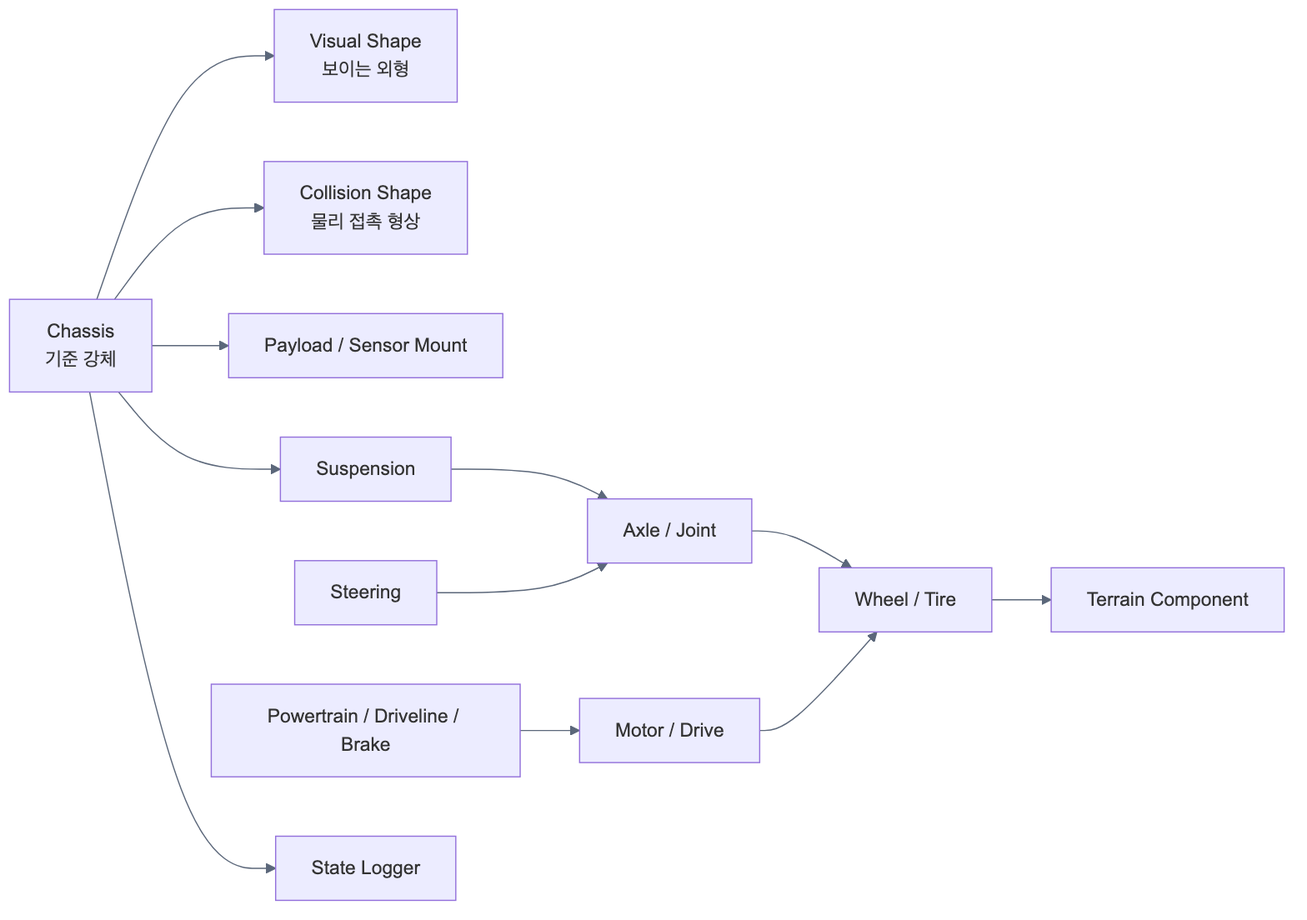
Above: 3-layer_report/2.2 Component/images/mermaid_rendered/2_2_mermaid_03.png in Poesy-Lab/Project_Chrono_Practice (Mermaid), before the change. Its source is kept beside it as 3-layer_report/2.2 Component/images/mermaid_rendered/2_2_mermaid_03.mmd. Its diagram source:
```mermaid
flowchart LR
    Chassis["Chassis<br/>기준 강체"] --> Visual["Visual Shape<br/>보이는 외형"]
    Chassis --> Collision["Collision Shape<br/>물리 접촉 형상"]
    Chassis --> Payload["Payload / Sensor Mount"]
    Chassis --> Suspension["Suspension"]
    Suspension --> Axle["Axle / Joint"]
    Axle --> Wheel["Wheel / Tire"]
    Motor["Motor / Drive"] --> Wheel
    Steering["Steering"] --> Axle
    Powertrain["Powertrain / Driveline / Brake"] --> Motor
    Wheel --> Terrain["Terrain Component"]
    Chassis --> Logger["State Logger"]
```
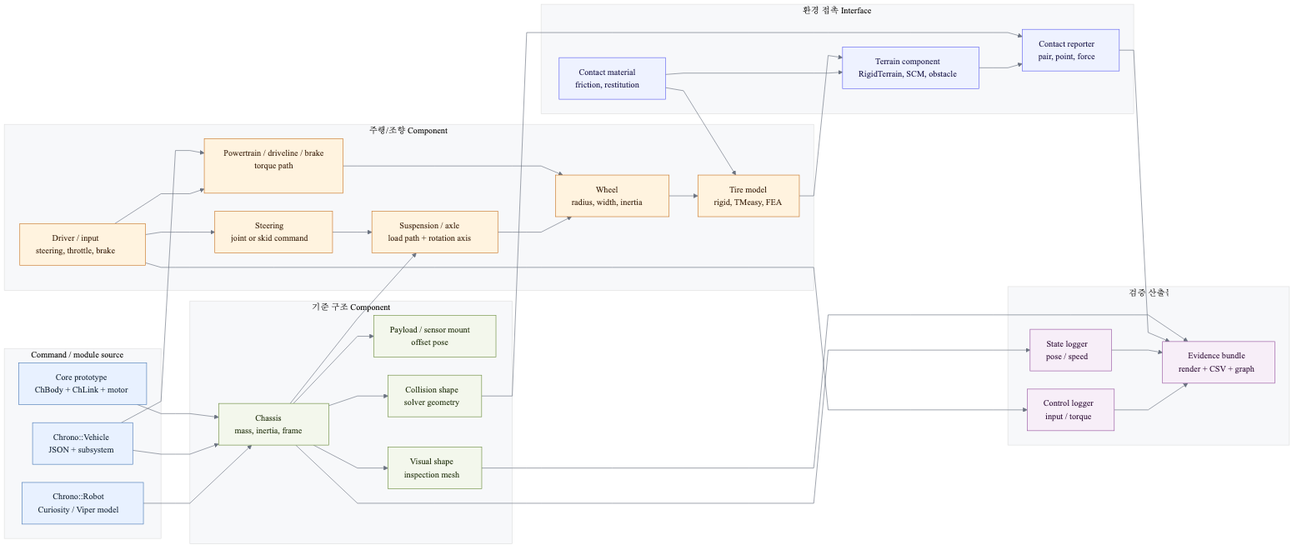
Later version of the same file.

The edit, as a diff of the source:
```diff
@@ -1,12 +1,73 @@
+%%{init: {'theme': 'base', 'flowchart': {'curve': 'linear', 'nodeSpacing': 34, 'rankSpacing': 54}, 'themeVariables': {'fontFamily': 'Arial, Apple SD Gothic Neo, sans-serif', 'primaryColor': '#eef6ff', 'primaryTextColor': '#1b2a3a', 'primaryBorderColor': '#4f7db8', 'lineColor': '#6a7280', 'tertiaryColor': '#f7f8fa'}}}%%
 flowchart LR
-    Chassis["Chassis<br/>기준 강체"] --> Visual["Visual Shape<br/>보이는 외형"]
-    Chassis --> Collision["Collision Shape<br/>물리 접촉 형상"]
-    Chassis --> Payload["Payload / Sensor Mount"]
-    Chassis --> Suspension["Suspension"]
-    Suspension --> Axle["Axle / Joint"]
-    Axle --> Wheel["Wheel / Tire"]
-    Motor["Motor / Drive"] --> Wheel
-    Steering["Steering"] --> Axle
-    Powertrain["Powertrain / Driveline / Brake"] --> Motor
-    Wheel --> Terrain["Terrain Component"]
-    Chassis --> Logger["State Logger"]
+    classDef source fill:#e8f1ff,stroke:#4f7db8,color:#1b2a3a,stroke-width:1px
+    classDef body fill:#f3f7ec,stroke:#6f8f42,color:#23320f,stroke-width:1px
+    classDef motion fill:#fff3df,stroke:#c9792b,color:#3d2410,stroke-width:1px
+    classDef contact fill:#eef2ff,stroke:#6366f1,color:#1e1b4b,stroke-width:1px
+    classDef data fill:#f7eef8,stroke:#9a5aa3,color:#32123a,stroke-width:1px
+
+    subgraph Source["Command / module source"]
+        S1["Core prototype<br/>ChBody + ChLink + motor"]
+        S2["Chrono::Vehicle<br/>JSON + subsystem"]
+        S3["Chrono::Robot<br/>Curiosity / Viper model"]
+    end
+
+    subgraph Body["기준 구조 Component"]
+        B1["Chassis<br/>mass, inertia, frame"]
+        B2["Payload / sensor mount<br/>offset pose"]
+        B3["Visual shape<br/>inspection mesh"]
+        B4["Collision shape<br/>solver geometry"]
+    end
+
+    subgraph Motion["주행/조향 Component"]
+        M1["Driver / input<br/>steering, throttle, brake"]
+        M2["Steering<br/>joint or skid command"]
+        M3["Powertrain / driveline / brake<br/>torque path"]
+        M4["Suspension / axle<br/>load path + rotation axis"]
+        M5["Wheel<br/>radius, width, inertia"]
+        M6["Tire model<br/>rigid, TMeasy, FEA"]
+    end
+
+    subgraph Interface["환경 접촉 Interface"]
+        T1["Terrain component<br/>RigidTerrain, SCM, obstacle"]
+        T2["Contact material<br/>friction, restitution"]
+        T3["Contact reporter<br/>pair, point, force"]
+    end
+
+    subgraph Evidence["검증 산출물"]
+        D1["State logger<br/>pose / speed"]
+        D2["Control logger<br/>input / torque"]
+        D3["Evidence bundle<br/>render + CSV + graph"]
+    end
+
+    S1 --> B1
+    S2 --> B1
+    S2 --> M3
+    S3 --> B1
+    B1 --> B2
+    B1 --> B3
+    B1 --> B4
+    B1 --> M4
+    M1 --> M2
+    M1 --> M3
+    M2 --> M4
+    M3 --> M5
+    M4 --> M5
+    M5 --> M6
+    M6 --> T1
+    T2 --> M6
+    T2 --> T1
+    B4 --> T3
+    T1 --> T3
+    B1 --> D1
+    M1 --> D2
+    B3 --> D3
+    T3 --> D3
+    D1 --> D3
+    D2 --> D3
+
+    class S1,S2,S3 source
+    class B1,B2,B3,B4 body
+    class M1,M2,M3,M4,M5,M6 motion
+    class T1,T2,T3 contact
+    class D1,D2,D3 data
```
